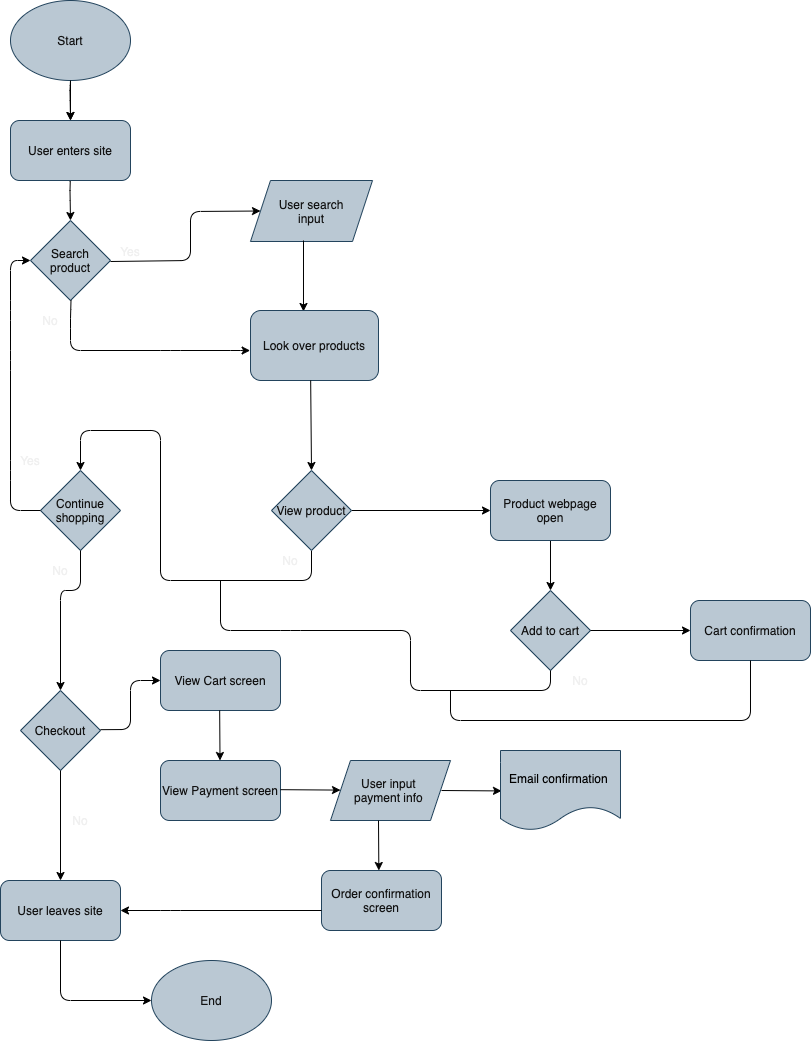
This is part2/part2.drawio.png from v2yan/sp21-cse110-lab4, a draw.io export, as it was before one commit. Source tidied: cells renumbered, new cells last; positions are measured from the earlier drawing's top-left corner, leaving out a move shared by most shapes.
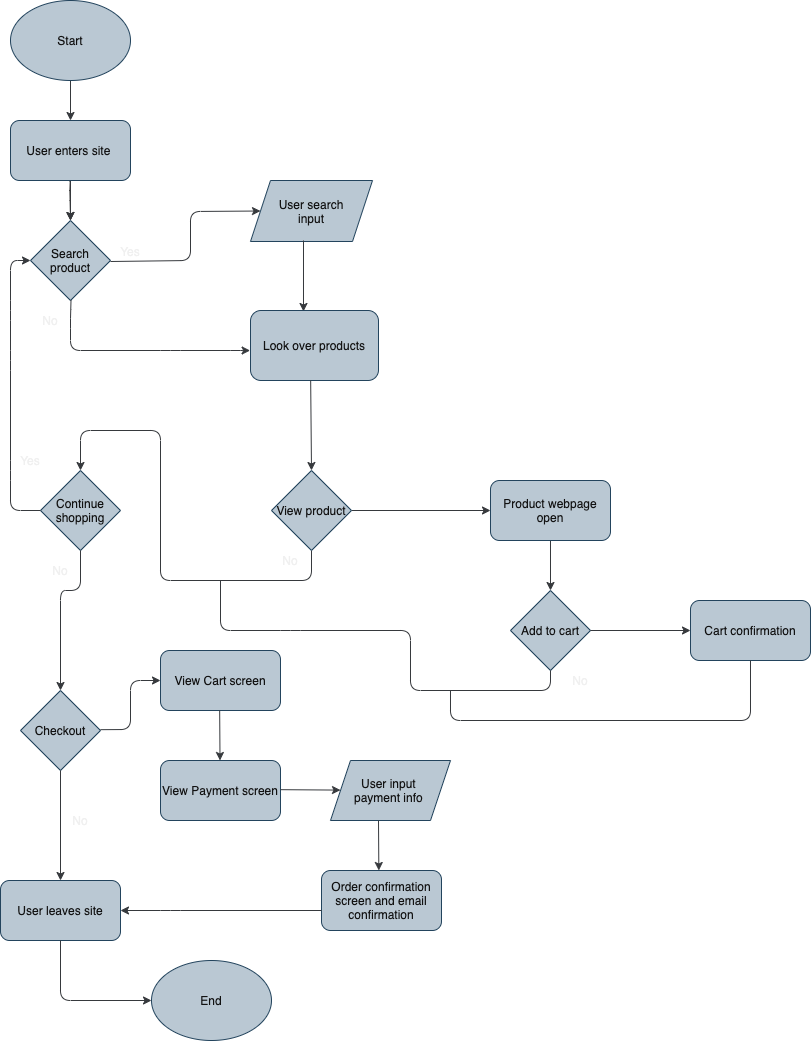
Above is the later version.

Commit message:
fix diagram line colors

The edit, as a diff of the source:
```diff
@@ -2,7 +2,7 @@
   <root>
     <mxCell id="0" />
     <mxCell id="1" parent="0" />
-    <mxCell id="2" style="edgeStyle=orthogonalEdgeStyle;rounded=0;jettySize=auto;html=1;fontColor=#121212;" parent="1" edge="1" source="3" target="13">
+    <mxCell id="2" style="edgeStyle=orthogonalEdgeStyle;rounded=0;jettySize=auto;html=1;fontColor=#121212;fillColor=#f9f7ed;strokeColor=#36393d;" parent="1" edge="1" source="3" target="13">
       <mxGeometry relative="1" as="geometry" />
     </mxCell>
     <mxCell id="3" value="&lt;font color=&quot;#121212&quot;&gt;Start&lt;/font&gt;" style="ellipse;whiteSpace=wrap;html=1;fillColor=#bac8d3;strokeColor=#23445d;" parent="1" vertex="1">
@@ -20,7 +20,7 @@
     <mxCell id="5" value="Search product" style="rhombus;whiteSpace=wrap;html=1;fillColor=#bac8d3;strokeColor=#23445d;fontColor=#121212;" parent="1" vertex="1">
       <mxGeometry x="30" y="220" width="80" height="80" as="geometry" />
     </mxCell>
-    <mxCell id="6" style="endArrow=classic;html=1;fontColor=#121212;exitX=0;exitY=1;exitDx=0;exitDy=0;entryX=0;entryY=0.5;entryDx=0;entryDy=0;" parent="1" edge="1" source="8" target="10">
+    <mxCell id="6" style="endArrow=classic;html=1;fontColor=#121212;exitX=0;exitY=1;exitDx=0;exitDy=0;entryX=0;entryY=0.5;entryDx=0;entryDy=0;fillColor=#f9f7ed;strokeColor=#36393d;" parent="1" edge="1" source="8" target="10">
       <mxGeometry relative="1" as="geometry">
         <Array as="points">
           <mxPoint x="190" y="260" />
@@ -28,7 +28,7 @@
         </Array>
       </mxGeometry>
     </mxCell>
-    <mxCell id="7" style="endArrow=classic;html=1;entryX=-0.003;entryY=0.572;entryDx=0;entryDy=0;entryPerimeter=0;" parent="1" edge="1" target="12">
+    <mxCell id="7" style="endArrow=classic;html=1;entryX=-0.003;entryY=0.572;entryDx=0;entryDy=0;entryPerimeter=0;fillColor=#f9f7ed;strokeColor=#36393d;" parent="1" edge="1" target="12">
       <mxGeometry relative="1" as="geometry">
         <mxPoint x="70.5" y="300" as="sourcePoint" />
         <Array as="points">
@@ -48,7 +48,7 @@
     <mxCell id="10" value="User search&lt;br&gt;input" style="shape=parallelogram;perimeter=parallelogramPerimeter;whiteSpace=wrap;html=1;fixedSize=1;fillColor=#bac8d3;strokeColor=#23445d;fontColor=#121212;" parent="1" vertex="1">
       <mxGeometry x="250" y="180" width="122" height="61" as="geometry" />
     </mxCell>
-    <mxCell id="11" style="endArrow=classic;html=1;fontColor=#121212;entryX=0.414;entryY=0.014;entryDx=0;entryDy=0;entryPerimeter=0;" parent="1" edge="1" target="12">
+    <mxCell id="11" style="endArrow=classic;html=1;fontColor=#121212;entryX=0.414;entryY=0.014;entryDx=0;entryDy=0;entryPerimeter=0;fillColor=#f9f7ed;strokeColor=#36393d;" parent="1" edge="1" target="12">
       <mxGeometry relative="1" as="geometry">
         <mxPoint x="303" y="240" as="sourcePoint" />
       </mxGeometry>
@@ -56,19 +56,13 @@
     <mxCell id="12" value="&lt;font color=&quot;#121212&quot;&gt;Look over products&lt;/font&gt;" style="rounded=1;whiteSpace=wrap;html=1;fillColor=#bac8d3;strokeColor=#23445d;" parent="1" vertex="1">
       <mxGeometry x="250" y="310" width="128" height="70" as="geometry" />
     </mxCell>
+    <mxCell id="53" style="edgeStyle=orthogonalEdgeStyle;rounded=0;jettySize=auto;html=1;strokeColor=#36393d;fontColor=#121212;fillColor=#f9f7ed;" parent="1" edge="1" source="13" target="5">
+      <mxGeometry relative="1" as="geometry" />
+    </mxCell>
-    <mxCell id="13" value="&lt;font color=&quot;#121212&quot;&gt;User enters site&lt;/font&gt;" style="rounded=1;whiteSpace=wrap;html=1;fillColor=#bac8d3;strokeColor=#23445d;" parent="1" vertex="1">
+    <mxCell id="13" value="&lt;font color=&quot;#121212&quot;&gt;User enters site&amp;nbsp;&lt;/font&gt;" style="rounded=1;whiteSpace=wrap;html=1;fillColor=#bac8d3;strokeColor=#23445d;" parent="1" vertex="1">
       <mxGeometry x="10" y="120" width="120" height="60" as="geometry" />
     </mxCell>
-    <mxCell id="14" style="endArrow=classic;html=1;" parent="1" edge="1">
-      <mxGeometry relative="1" as="geometry">
-        <mxPoint x="70" y="80" as="sourcePoint" />
-        <mxPoint x="70" y="120" as="targetPoint" />
-        <Array as="points">
-          <mxPoint x="69.5" y="90" />
-        </Array>
-      </mxGeometry>
-    </mxCell>
-    <mxCell id="15" style="endArrow=classic;html=1;fontColor=#121212;entryX=0.5;entryY=0;entryDx=0;entryDy=0;" parent="1" edge="1" target="48">
+    <mxCell id="15" style="endArrow=classic;html=1;fontColor=#121212;entryX=0.5;entryY=0;entryDx=0;entryDy=0;fillColor=#f9f7ed;strokeColor=#36393d;" parent="1" edge="1" target="48">
       <mxGeometry relative="1" as="geometry">
         <mxPoint x="310.2" y="380" as="sourcePoint" />
       </mxGeometry>
@@ -76,13 +70,13 @@
     <mxCell id="16" value="Continue shopping" style="rhombus;whiteSpace=wrap;html=1;fillColor=#bac8d3;strokeColor=#23445d;fontColor=#121212;" parent="1" vertex="1">
       <mxGeometry x="40" y="470" width="80" height="80" as="geometry" />
     </mxCell>
-    <mxCell id="17" style="endArrow=classic;html=1;fontColor=#121212;entryX=0;entryY=0.5;entryDx=0;entryDy=0;" parent="1" edge="1" source="48" target="49">
+    <mxCell id="17" style="endArrow=classic;html=1;fontColor=#121212;entryX=0;entryY=0.5;entryDx=0;entryDy=0;fillColor=#f9f7ed;strokeColor=#36393d;" parent="1" edge="1" source="48" target="49">
       <mxGeometry relative="1" as="geometry" />
     </mxCell>
     <mxCell id="18" value="Yes" style="text;html=1;strokeColor=none;fillColor=none;align=center;verticalAlign=middle;whiteSpace=wrap;rounded=0;fontColor=#FFFFFF;" parent="1" vertex="1">
       <mxGeometry x="401" y="490" width="40" height="20" as="geometry" />
     </mxCell>
-    <mxCell id="19" style="endArrow=classic;html=1;fontColor=#FFFFFF;exitX=0.5;exitY=1;exitDx=0;exitDy=0;entryX=0.5;entryY=0;entryDx=0;entryDy=0;" parent="1" edge="1" source="48" target="16">
+    <mxCell id="19" style="endArrow=classic;html=1;fontColor=#FFFFFF;exitX=0.5;exitY=1;exitDx=0;exitDy=0;entryX=0.5;entryY=0;entryDx=0;entryDy=0;strokeColor=#36393d;fillColor=#f9f7ed;" parent="1" edge="1" source="48" target="16">
       <mxGeometry relative="1" as="geometry">
         <Array as="points">
           <mxPoint x="311" y="580" />
@@ -95,7 +89,7 @@
     <mxCell id="20" value="&lt;font&gt;No&lt;/font&gt;" style="text;html=1;strokeColor=none;fillColor=none;align=center;verticalAlign=middle;whiteSpace=wrap;rounded=0;fontColor=#F0F0F0;" parent="1" vertex="1">
       <mxGeometry x="260" y="550" width="60" height="20" as="geometry" />
     </mxCell>
-    <mxCell id="21" style="endArrow=classic;html=1;fontColor=#FFFFFF;entryX=0;entryY=0.5;entryDx=0;entryDy=0;exitX=0;exitY=0.5;exitDx=0;exitDy=0;" parent="1" edge="1" source="16" target="5">
+    <mxCell id="21" style="endArrow=classic;html=1;fontColor=#FFFFFF;entryX=0;entryY=0.5;entryDx=0;entryDy=0;exitX=0;exitY=0.5;exitDx=0;exitDy=0;fillColor=#f9f7ed;strokeColor=#36393d;" parent="1" edge="1" source="16" target="5">
       <mxGeometry relative="1" as="geometry">
         <Array as="points">
           <mxPoint x="10" y="510" />
@@ -109,7 +103,7 @@
     <mxCell id="22" value="Yes" style="text;html=1;strokeColor=none;fillColor=none;align=center;verticalAlign=middle;whiteSpace=wrap;rounded=0;fontColor=#F0F0F0;" parent="1" vertex="1">
       <mxGeometry x="10" y="450" width="40" height="20" as="geometry" />
     </mxCell>
-    <mxCell id="23" style="endArrow=classic;html=1;fontColor=#121212;entryX=0.5;entryY=0;entryDx=0;entryDy=0;exitX=0.5;exitY=1;exitDx=0;exitDy=0;" parent="1" edge="1" source="16" target="25">
+    <mxCell id="23" style="endArrow=classic;html=1;fontColor=#121212;entryX=0.5;entryY=0;entryDx=0;entryDy=0;exitX=0.5;exitY=1;exitDx=0;exitDy=0;fillColor=#f9f7ed;strokeColor=#36393d;" parent="1" edge="1" source="16" target="25">
       <mxGeometry relative="1" as="geometry">
         <Array as="points">
           <mxPoint x="80" y="590" />
@@ -123,12 +117,12 @@
     <mxCell id="25" value="Checkout" style="rhombus;whiteSpace=wrap;html=1;fillColor=#bac8d3;strokeColor=#23445d;fontColor=#121212;" parent="1" vertex="1">
       <mxGeometry x="20" y="690" width="80" height="80" as="geometry" />
     </mxCell>
-    <mxCell id="26" style="endArrow=classic;html=1;fontColor=#121212;entryX=0.5;entryY=0;entryDx=0;entryDy=0;" parent="1" edge="1" target="28">
+    <mxCell id="26" style="endArrow=classic;html=1;fontColor=#121212;entryX=0.5;entryY=0;entryDx=0;entryDy=0;fillColor=#f9f7ed;strokeColor=#36393d;" parent="1" edge="1" target="28">
       <mxGeometry relative="1" as="geometry">
         <mxPoint x="60" y="770" as="sourcePoint" />
       </mxGeometry>
     </mxCell>
-    <mxCell id="27" style="endArrow=classic;html=1;fontColor=#121212;entryX=0;entryY=0.5;entryDx=0;entryDy=0;" parent="1" edge="1" target="33">
+    <mxCell id="27" style="endArrow=classic;html=1;fontColor=#121212;entryX=0;entryY=0.5;entryDx=0;entryDy=0;fillColor=#f9f7ed;strokeColor=#36393d;" parent="1" edge="1" target="33">
       <mxGeometry relative="1" as="geometry">
         <mxPoint x="100" y="729.2" as="sourcePoint" />
         <Array as="points">
@@ -140,7 +134,7 @@
     <mxCell id="28" value="&lt;font color=&quot;#121212&quot;&gt;User leaves site&lt;/font&gt;" style="rounded=1;whiteSpace=wrap;html=1;fillColor=#bac8d3;strokeColor=#23445d;" parent="1" vertex="1">
       <mxGeometry y="880" width="120" height="60" as="geometry" />
     </mxCell>
-    <mxCell id="29" style="endArrow=classic;html=1;fontColor=#121212;entryX=0;entryY=0.5;entryDx=0;entryDy=0;exitX=0.5;exitY=1;exitDx=0;exitDy=0;" parent="1" edge="1" source="28" target="30">
+    <mxCell id="29" style="endArrow=classic;html=1;fontColor=#121212;entryX=0;entryY=0.5;entryDx=0;entryDy=0;exitX=0.5;exitY=1;exitDx=0;exitDy=0;fillColor=#f9f7ed;strokeColor=#36393d;" parent="1" edge="1" source="28" target="30">
       <mxGeometry relative="1" as="geometry">
         <Array as="points">
           <mxPoint x="60" y="1000" />
@@ -159,7 +153,7 @@
     <mxCell id="33" value="&lt;font color=&quot;#121212&quot;&gt;View Cart screen&lt;/font&gt;" style="rounded=1;whiteSpace=wrap;html=1;fillColor=#bac8d3;strokeColor=#23445d;" parent="1" vertex="1">
       <mxGeometry x="160" y="650" width="120" height="60" as="geometry" />
     </mxCell>
-    <mxCell id="34" style="endArrow=classic;html=1;fontColor=#121212;" parent="1" edge="1">
+    <mxCell id="34" style="endArrow=classic;html=1;fontColor=#121212;fillColor=#f9f7ed;strokeColor=#36393d;" parent="1" edge="1">
       <mxGeometry relative="1" as="geometry">
         <mxPoint x="219.2" y="710" as="sourcePoint" />
         <mxPoint x="219.5" y="760" as="targetPoint" />
@@ -171,31 +165,22 @@
     <mxCell id="36" value="User input &lt;br&gt;payment info&amp;nbsp;" style="shape=parallelogram;perimeter=parallelogramPerimeter;whiteSpace=wrap;html=1;fixedSize=1;fillColor=#bac8d3;strokeColor=#23445d;fontColor=#121212;" parent="1" vertex="1">
       <mxGeometry x="330" y="760" width="120" height="60" as="geometry" />
     </mxCell>
-    <mxCell id="37" style="endArrow=classic;html=1;fontColor=#121212;" parent="1" edge="1">
+    <mxCell id="37" style="endArrow=classic;html=1;fontColor=#121212;fillColor=#f9f7ed;strokeColor=#36393d;" parent="1" edge="1">
       <mxGeometry relative="1" as="geometry">
         <mxPoint x="280" y="789.2" as="sourcePoint" />
         <mxPoint x="340" y="789.6" as="targetPoint" />
       </mxGeometry>
     </mxCell>
-    <mxCell id="38" style="endArrow=classic;html=1;fontColor=#121212;" parent="1" edge="1">
+    <mxCell id="38" style="endArrow=classic;html=1;fontColor=#121212;fillColor=#f9f7ed;strokeColor=#36393d;" parent="1" edge="1">
       <mxGeometry relative="1" as="geometry">
         <mxPoint x="378" y="820" as="sourcePoint" />
         <mxPoint x="378.3" y="870" as="targetPoint" />
       </mxGeometry>
     </mxCell>
-    <mxCell id="39" value="&lt;font color=&quot;#121212&quot;&gt;Order confirmation screen&lt;/font&gt;" style="rounded=1;whiteSpace=wrap;html=1;fillColor=#bac8d3;strokeColor=#23445d;" parent="1" vertex="1">
+    <mxCell id="39" value="&lt;font color=&quot;#121212&quot;&gt;Order confirmation screen and email confirmation&lt;/font&gt;" style="rounded=1;whiteSpace=wrap;html=1;fillColor=#bac8d3;strokeColor=#23445d;" parent="1" vertex="1">
       <mxGeometry x="321" y="870" width="120" height="60" as="geometry" />
     </mxCell>
-    <mxCell id="40" style="endArrow=classic;html=1;fontColor=#121212;" parent="1" edge="1">
-      <mxGeometry relative="1" as="geometry">
-        <mxPoint x="441" y="790" as="sourcePoint" />
-        <mxPoint x="501" y="790.4" as="targetPoint" />
-      </mxGeometry>
-    </mxCell>
-    <mxCell id="41" value="&lt;font color=&quot;#000000&quot;&gt;Email confirmation&lt;/font&gt;&amp;nbsp;" style="shape=document;whiteSpace=wrap;html=1;boundedLbl=1;fillColor=#bac8d3;strokeColor=#23445d;" parent="1" vertex="1">
-      <mxGeometry x="500" y="750" width="120" height="80" as="geometry" />
-    </mxCell>
-    <mxCell id="42" style="endArrow=classic;html=1;fontColor=#121212;entryX=1;entryY=0.5;entryDx=0;entryDy=0;" parent="1" edge="1" target="28">
+    <mxCell id="42" style="endArrow=classic;html=1;fontColor=#121212;entryX=1;entryY=0.5;entryDx=0;entryDy=0;fillColor=#f9f7ed;strokeColor=#36393d;" parent="1" edge="1" target="28">
       <mxGeometry relative="1" as="geometry">
         <mxPoint x="321" y="910" as="sourcePoint" />
         <Array as="points">
@@ -206,10 +191,10 @@
     <mxCell id="43" value="Add to cart" style="rhombus;whiteSpace=wrap;html=1;fillColor=#bac8d3;strokeColor=#23445d;fontColor=#121212;" parent="1" vertex="1">
       <mxGeometry x="510" y="590" width="80" height="80" as="geometry" />
     </mxCell>
-    <mxCell id="44" style="endArrow=classic;html=1;fontColor=#121212;entryX=0.5;entryY=0;entryDx=0;entryDy=0;exitX=0.5;exitY=1;exitDx=0;exitDy=0;" parent="1" edge="1" source="49" target="43">
+    <mxCell id="44" style="endArrow=classic;html=1;fontColor=#121212;entryX=0.5;entryY=0;entryDx=0;entryDy=0;exitX=0.5;exitY=1;exitDx=0;exitDy=0;fillColor=#f9f7ed;strokeColor=#36393d;" parent="1" edge="1" source="49" target="43">
       <mxGeometry relative="1" as="geometry" />
     </mxCell>
-    <mxCell id="45" style="endArrow=classic;html=1;fontColor=#121212;" parent="1" edge="1" source="43">
+    <mxCell id="45" style="endArrow=classic;html=1;fontColor=#121212;fillColor=#f9f7ed;strokeColor=#36393d;" parent="1" edge="1" source="43">
       <mxGeometry relative="1" as="geometry">
         <mxPoint x="690" y="630" as="targetPoint" />
       </mxGeometry>
@@ -226,7 +211,7 @@
     <mxCell id="49" value="&lt;font color=&quot;#121212&quot;&gt;Product webpage open&lt;/font&gt;" style="rounded=1;whiteSpace=wrap;html=1;fillColor=#bac8d3;strokeColor=#23445d;" parent="1" vertex="1">
       <mxGeometry x="490" y="480" width="120" height="60" as="geometry" />
     </mxCell>
-    <mxCell id="50" style="endArrow=none;html=1;fontColor=#121212;entryX=0.5;entryY=1;entryDx=0;entryDy=0;" parent="1" edge="1" target="43">
+    <mxCell id="50" style="endArrow=none;html=1;fontColor=#121212;entryX=0.5;entryY=1;entryDx=0;entryDy=0;fillColor=#f9f7ed;strokeColor=#36393d;" parent="1" edge="1" target="43">
       <mxGeometry relative="1" as="geometry">
         <mxPoint x="220" y="580" as="sourcePoint" />
         <Array as="points">
@@ -241,7 +226,7 @@
     <mxCell id="51" value="&lt;font&gt;No&lt;/font&gt;" style="text;html=1;strokeColor=none;fillColor=none;align=center;verticalAlign=middle;whiteSpace=wrap;rounded=0;fontColor=#F0F0F0;" parent="1" vertex="1">
       <mxGeometry x="550" y="670" width="60" height="20" as="geometry" />
     </mxCell>
-    <mxCell id="52" style="endArrow=none;html=1;fontColor=#121212;entryX=0.5;entryY=1;entryDx=0;entryDy=0;" parent="1" edge="1" target="47">
+    <mxCell id="52" style="endArrow=none;html=1;fontColor=#121212;entryX=0.5;entryY=1;entryDx=0;entryDy=0;fillColor=#f9f7ed;strokeColor=#36393d;" parent="1" edge="1" target="47">
       <mxGeometry relative="1" as="geometry">
         <mxPoint x="450" y="690" as="sourcePoint" />
         <Array as="points">
```
